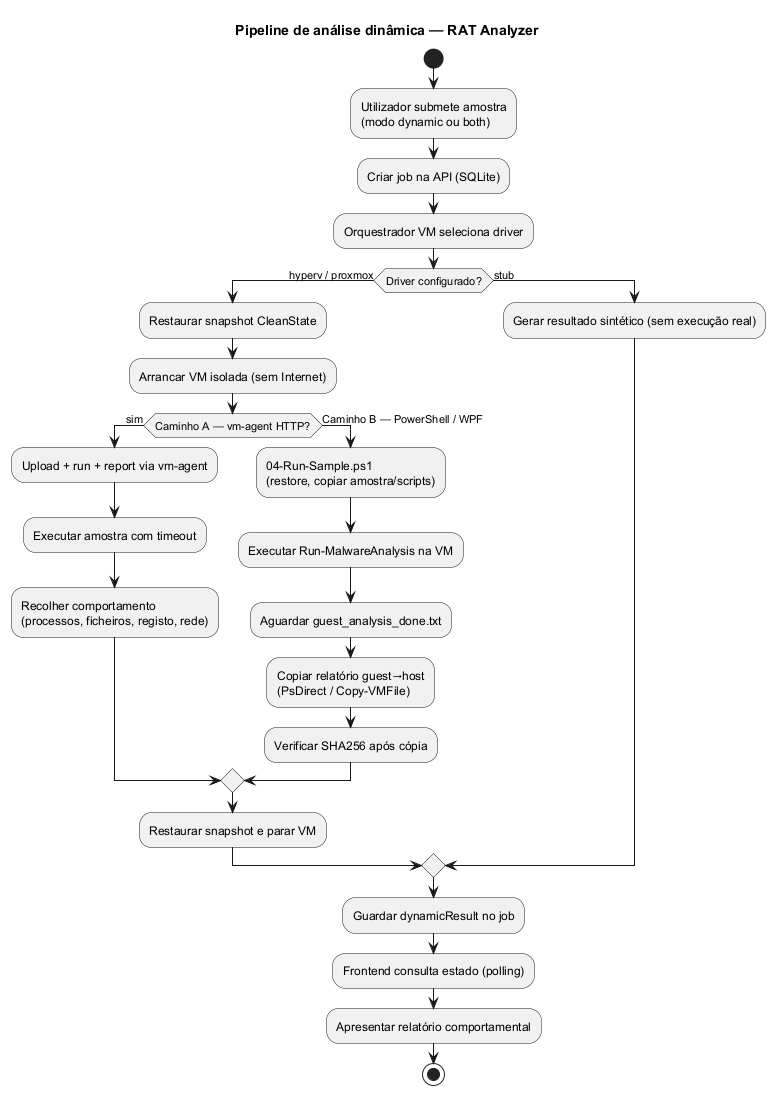
tlxp/PROJETO keeps this PlantUML diagram as relatório/imagens/fig-4-3-activity-dynamic.png. Above is the earlier version.
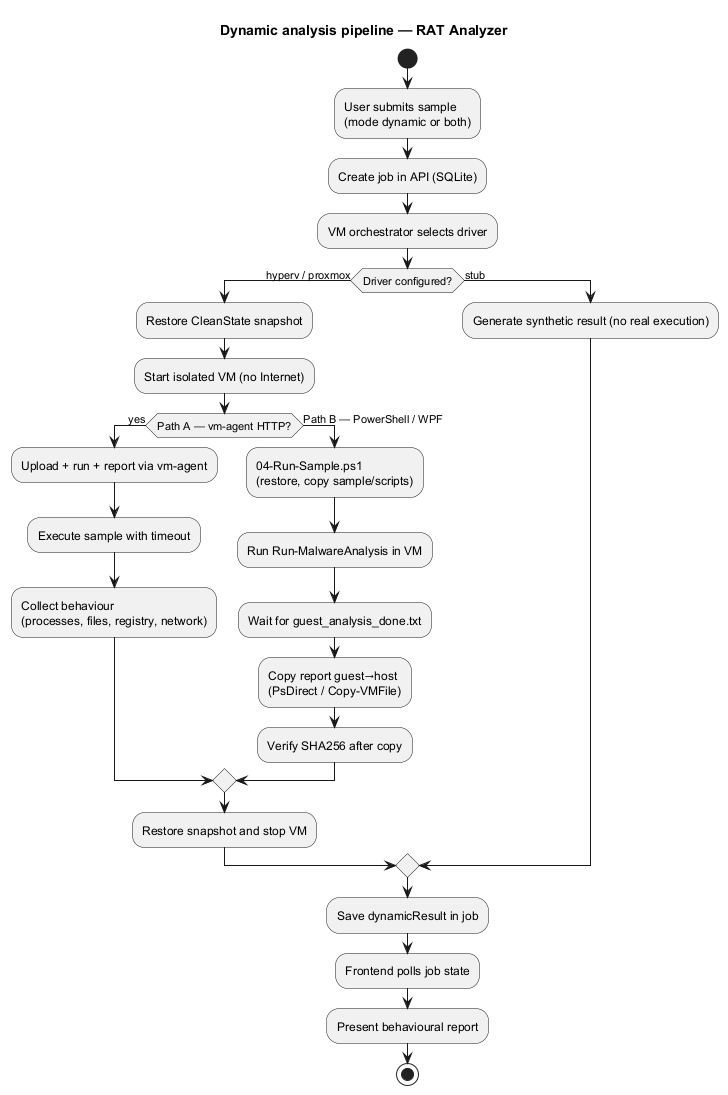
The same diagram one commit later.

What changed in the source:
```diff
@@ -1,33 +1,33 @@
 @startuml fig-4-3-activity-dynamic
-title Pipeline de análise dinâmica — RAT Analyzer
+title Dynamic analysis pipeline — RAT Analyzer
 
 start
-:Utilizador submete amostra\n(modo dynamic ou both);
-:Criar job na API (SQLite);
-:Orquestrador VM seleciona driver;
+:User submits sample\n(mode dynamic or both);
+:Create job in API (SQLite);
+:VM orchestrator selects driver;
 
-if (Driver configurado?) then (hyperv / proxmox)
-  :Restaurar snapshot CleanState;
-  :Arrancar VM isolada (sem Internet);
-  if (Caminho A — vm-agent HTTP?) then (sim)
+if (Driver configured?) then (hyperv / proxmox)
+  :Restore CleanState snapshot;
+  :Start isolated VM (no Internet);
+  if (Path A — vm-agent HTTP?) then (yes)
     :Upload + run + report via vm-agent;
-    :Executar amostra com timeout;
-    :Recolher comportamento\n(processos, ficheiros, registo, rede);
-  else (Caminho B — PowerShell / WPF)
-    :04-Run-Sample.ps1\n(restore, copiar amostra/scripts);
-    :Executar Run-MalwareAnalysis na VM;
-    :Aguardar guest_analysis_done.txt;
-    :Copiar relatório guest→host\n(PsDirect / Copy-VMFile);
-    :Verificar SHA256 após cópia;
+    :Execute sample with timeout;
+    :Collect behaviour\n(processes, files, registry, network);
+  else (Path B — PowerShell / WPF)
+    :04-Run-Sample.ps1\n(restore, copy sample/scripts);
+    :Run Run-MalwareAnalysis in VM;
+    :Wait for guest_analysis_done.txt;
+    :Copy report guest→host\n(PsDirect / Copy-VMFile);
+    :Verify SHA256 after copy;
   endif
-  :Restaurar snapshot e parar VM;
+  :Restore snapshot and stop VM;
 else (stub)
-  :Gerar resultado sintético (sem execução real);
+  :Generate synthetic result (no real execution);
 endif
 
-:Guardar dynamicResult no job;
-:Frontend consulta estado (polling);
-:Apresentar relatório comportamental;
+:Save dynamicResult in job;
+:Frontend polls job state;
+:Present behavioural report;
 stop
 
 @enduml
```
